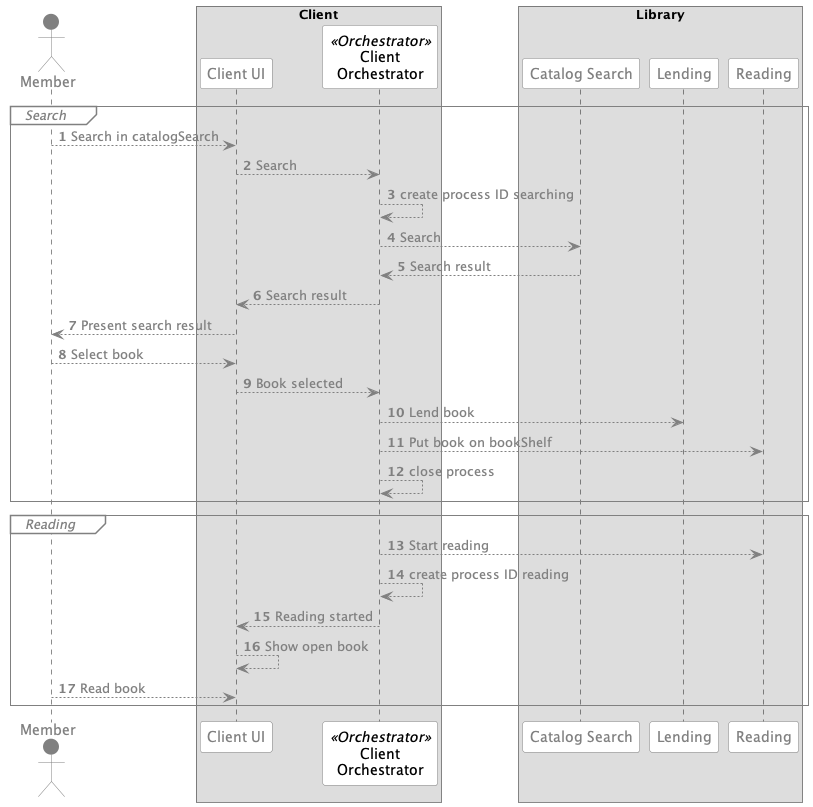
The PlantUML diagram TacticalDesign/Library/Orchestrator.png in Grinseteddy/MasteringDdd, before a commit.
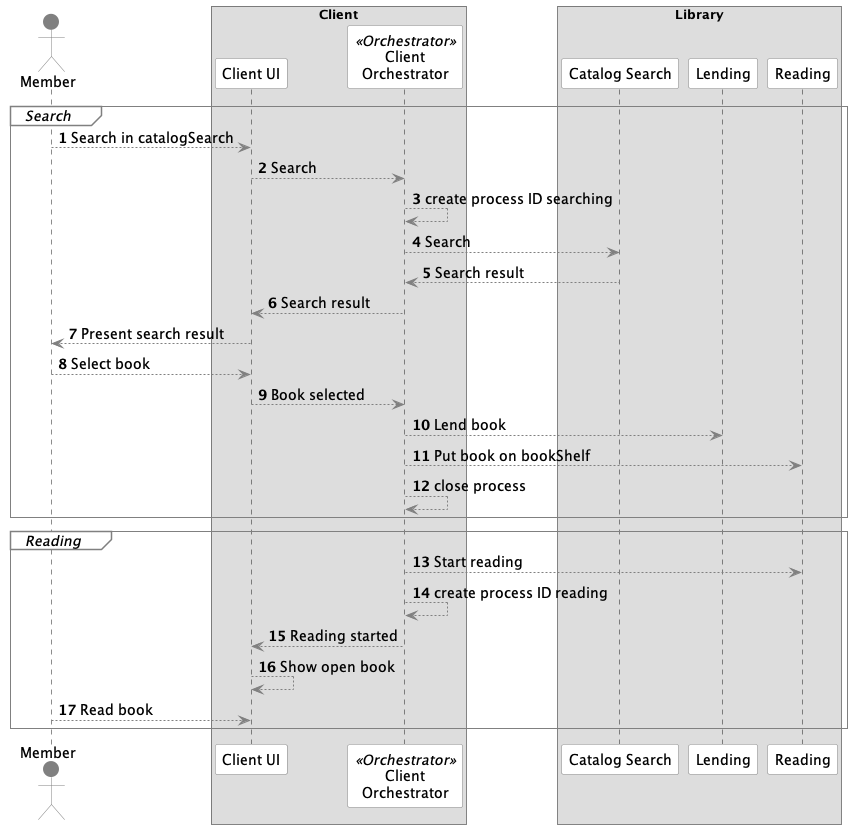
Later version of the same file.

What changed in the source:
```diff
@@ -2,13 +2,15 @@
 
 autonumber
 skinparam arrow {
-    fontcolor grey
+    fontcolor black
     color grey
+    fontsize 14
 }
 
 skinparam participant {
     backgroundcolor white
-    fontcolor grey
+    fontcolor black
+    fontsize 14
     bordercolor grey
 
     fontcolor<<Orchestrator>> black
@@ -16,7 +18,8 @@
 
 skinparam actor {
     backgroundcolor grey
-    fontcolor grey
+    fontcolor black
+    fontsize 14
     bordercolor grey
 }
 
@@ -26,12 +29,14 @@
     FontStyle italic
     LineThickness 1
     LineColor grey
+    fontsize 14
   }
   groupHeader {
     FontStyle italic
-    FontColor grey
+    FontColor black
     BackGroundColor white
     LineColor grey
+    fontsize 14
   }
 }
 </style>
```
